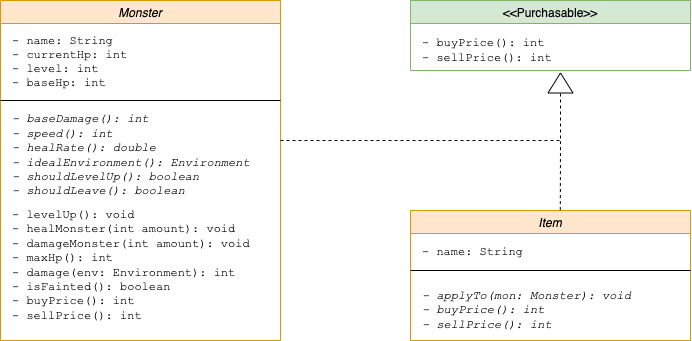
Before: diagram/class.png, a diagram exported from draw.io (UC-SENG201-Group-40/MonsterFighter). Source tidied: cells renumbered, new cells last; positions are measured from the earlier drawing's top-left corner, leaving out a move shared by most shapes.
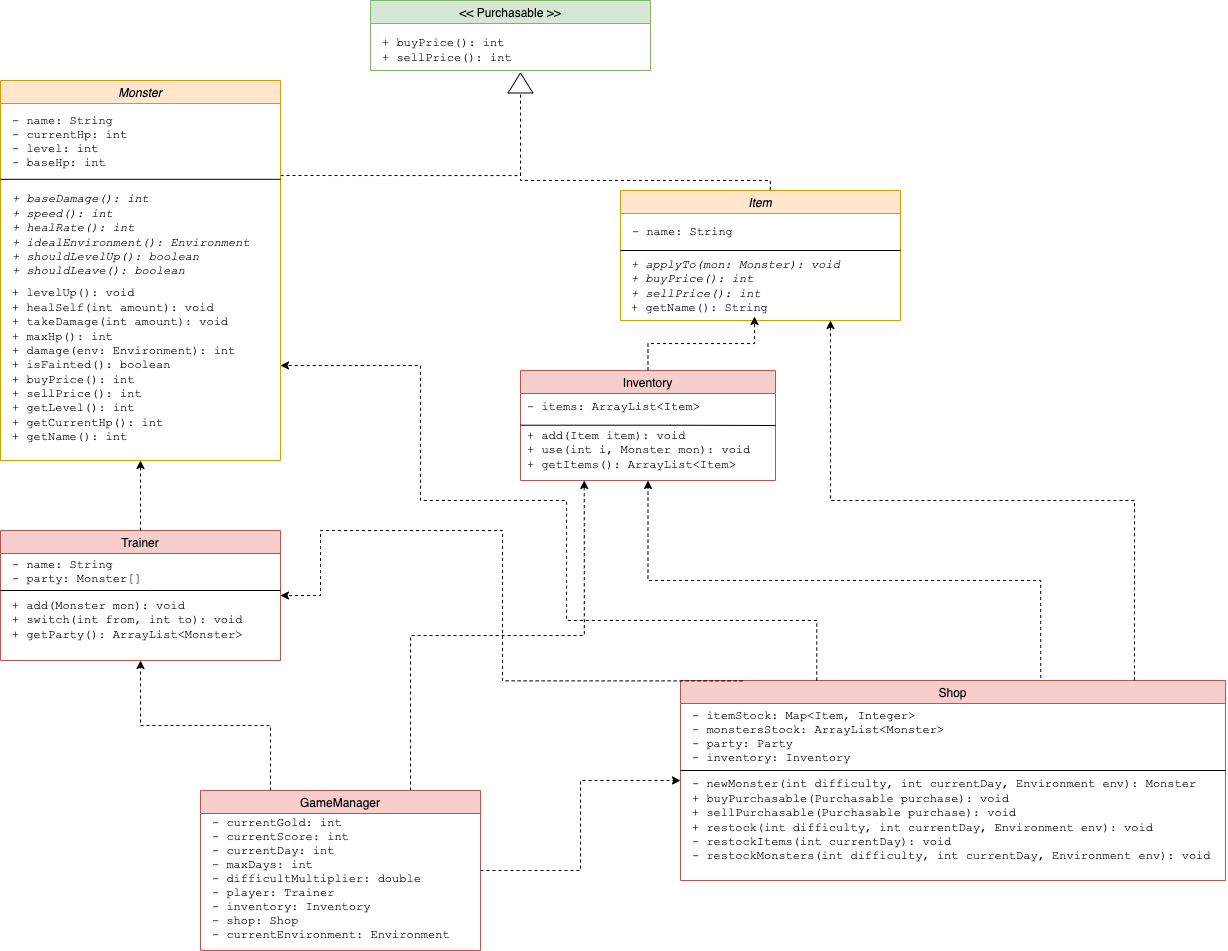
Above is the later version.

Commit message:
Feat: Updated class diagrams

Change to the diagram source:
```diff
@@ -2,32 +2,19 @@
   <root>
     <mxCell id="0" />
     <mxCell id="1" parent="0" />
-    <mxCell id="2" value="Monster" style="swimlane;fontStyle=2;fillColor=#ffe6cc;strokeColor=#d79b00;" parent="1" vertex="1">
-      <mxGeometry width="280" height="340" as="geometry" />
-    </mxCell>
-    <mxCell id="3" value="- name: String&#10;- currentHp: int&#10;- level: int&#10;- baseHp: int   " style="text;strokeColor=none;fillColor=none;align=left;verticalAlign=middle;rounded=0;fontFamily=Courier New;" parent="2" vertex="1">
-      <mxGeometry x="10" y="30" width="130" height="60" as="geometry" />
-    </mxCell>
-    <mxCell id="4" value="&lt;i&gt;- baseDamage(): int&lt;br&gt;- speed(): int&lt;br&gt;- healRate(): double&lt;br&gt;- idealEnvironment(): Environment&lt;br&gt;- shouldLevelUp(): boolean&lt;br&gt;- shouldLeave(): boolean&lt;/i&gt;" style="text;strokeColor=none;fillColor=none;align=left;verticalAlign=middle;rounded=0;fontFamily=Courier New;html=1;" parent="2" vertex="1">
-      <mxGeometry x="10" y="100" width="250" height="110" as="geometry" />
-    </mxCell>
-    <mxCell id="5" value="&lt;div&gt;- levelUp(): void&lt;/div&gt;&lt;div&gt;- healMonster(int amount): void&lt;/div&gt;&lt;div&gt;- damageMonster(int amount): void&lt;/div&gt;&lt;div&gt;- maxHp(): int&lt;/div&gt;&lt;div&gt;- damage(env: Environment): int&lt;/div&gt;&lt;div&gt;- isFainted(): boolean&lt;/div&gt;&lt;div&gt;- buyPrice(): int&lt;/div&gt;&lt;div&gt;- sellPrice(): int&lt;/div&gt;" style="text;strokeColor=none;fillColor=none;align=left;verticalAlign=middle;rounded=0;fontFamily=Courier New;html=1;" parent="2" vertex="1">
-      <mxGeometry x="10" y="210" width="250" height="110" as="geometry" />
-    </mxCell>
-    <mxCell id="6" style="endArrow=none;html=1;rounded=0;fontFamily=Courier New;" parent="1" edge="1">
+    <mxCell id="6" style="endArrow=none;html=1;rounded=0;fontFamily=Courier New;startArrow=none;" parent="1" edge="1" source="2">
       <mxGeometry relative="1" as="geometry">
-        <mxPoint y="100" as="sourcePoint" />
         <mxPoint x="280" y="100" as="targetPoint" />
       </mxGeometry>
     </mxCell>
     <mxCell id="7" value="Item" style="swimlane;fontStyle=2;fillColor=#ffe6cc;strokeColor=#d79b00;" parent="1" vertex="1">
-      <mxGeometry x="410" y="210" width="280" height="130" as="geometry" />
+      <mxGeometry x="660" y="190" width="280" height="130" as="geometry" />
     </mxCell>
     <mxCell id="8" value="- name: String" style="text;strokeColor=none;fillColor=none;align=left;verticalAlign=middle;rounded=0;fontFamily=Courier New;" parent="7" vertex="1">
       <mxGeometry x="10" y="30" width="130" height="20" as="geometry" />
     </mxCell>
-    <mxCell id="9" value="&lt;i&gt;- applyTo(mon: Monster): void&lt;br&gt;&lt;/i&gt;&lt;div&gt;&lt;i&gt;- buyPrice(): int&lt;/i&gt;&lt;/div&gt;&lt;div&gt;&lt;i&gt;- sellPrice(): int&lt;/i&gt;&lt;/div&gt;" style="text;strokeColor=none;fillColor=none;align=left;verticalAlign=middle;rounded=0;fontFamily=Courier New;html=1;" parent="7" vertex="1">
-      <mxGeometry x="10" y="70" width="250" height="60" as="geometry" />
+    <mxCell id="9" value="&lt;i&gt;+ applyTo(mon: Monster): void&lt;br&gt;&lt;/i&gt;&lt;div&gt;&lt;i&gt;+ buyPrice(): int&lt;/i&gt;&lt;/div&gt;&lt;div&gt;&lt;i&gt;+ sellPrice(): int&lt;/i&gt;&lt;/div&gt;&lt;div&gt;+ getName(): String&lt;/div&gt;" style="text;strokeColor=none;fillColor=none;align=left;verticalAlign=middle;rounded=0;fontFamily=Courier New;html=1;" parent="7" vertex="1">
+      <mxGeometry x="9" y="66" width="250" height="60" as="geometry" />
     </mxCell>
     <mxCell id="10" style="endArrow=none;html=1;rounded=0;fontFamily=Courier New;" parent="7" edge="1">
       <mxGeometry relative="1" as="geometry">
@@ -35,27 +22,143 @@
         <mxPoint x="280" y="60" as="targetPoint" />
       </mxGeometry>
     </mxCell>
-    <mxCell id="11" value="&lt;&lt;Purchasable&gt;&gt;" style="swimlane;fontStyle=0;fillColor=#d5e8d4;strokeColor=#82b366;" parent="1" vertex="1">
+    <mxCell id="11" value="&lt;&lt; Purchasable &gt;&gt;" style="swimlane;fontStyle=0;fillColor=#d5e8d4;strokeColor=#82b366;" parent="1" vertex="1">
       <mxGeometry x="410" width="280" height="70" as="geometry" />
     </mxCell>
-    <mxCell id="12" value="&lt;span&gt;- buyPrice(): int&lt;/span&gt;&lt;br&gt;&lt;div&gt;&lt;span&gt;- sellPrice(): int&lt;/span&gt;&lt;/div&gt;" style="text;strokeColor=none;fillColor=none;align=left;verticalAlign=middle;rounded=0;fontFamily=Courier New;html=1;fontStyle=0;" parent="11" vertex="1">
+    <mxCell id="12" value="&lt;span&gt;+ buyPrice(): int&lt;/span&gt;&lt;br&gt;&lt;div&gt;&lt;span&gt;+ sellPrice(): int&lt;/span&gt;&lt;/div&gt;" style="text;strokeColor=none;fillColor=none;align=left;verticalAlign=middle;rounded=0;fontFamily=Courier New;html=1;fontStyle=0;" parent="11" vertex="1">
       <mxGeometry x="10" y="30" width="250" height="40" as="geometry" />
     </mxCell>
-    <mxCell id="13" style="endArrow=none;dashed=1;html=1;rounded=0;fontFamily=Courier New;" parent="1" edge="1" target="15">
+    <mxCell id="13" style="endArrow=none;dashed=1;html=1;rounded=0;fontFamily=Courier New;exitX=1;exitY=0.25;exitDx=0;exitDy=0;edgeStyle=orthogonalEdgeStyle;" parent="1" edge="1" source="2" target="15">
       <mxGeometry relative="1" as="geometry">
-        <mxPoint x="280" y="140" as="sourcePoint" />
         <Array as="points">
-          <mxPoint x="560" y="140" />
+          <mxPoint x="560" y="175" />
         </Array>
       </mxGeometry>
     </mxCell>
-    <mxCell id="14" style="endArrow=none;dashed=1;html=1;rounded=0;fontFamily=Courier New;exitX=0.535;exitY=-0.003;exitDx=0;exitDy=0;exitPerimeter=0;" parent="1" edge="1" source="7">
+    <mxCell id="14" style="endArrow=none;dashed=1;html=1;rounded=0;fontFamily=Courier New;exitX=0.535;exitY=-0.003;exitDx=0;exitDy=0;exitPerimeter=0;edgeStyle=orthogonalEdgeStyle;" parent="1" edge="1" source="7">
       <mxGeometry relative="1" as="geometry">
-        <mxPoint x="560" y="140" as="targetPoint" />
+        <mxPoint x="560" y="170" as="targetPoint" />
       </mxGeometry>
     </mxCell>
     <mxCell id="15" style="triangle;whiteSpace=wrap;html=1;fontFamily=Courier New;rotation=-90;" parent="1" vertex="1">
       <mxGeometry x="550" y="70" width="20" height="25" as="geometry" />
     </mxCell>
+    <mxCell id="16" value="Trainer" style="swimlane;fontStyle=0;fillColor=#f8cecc;strokeColor=#b85450;startSize=23;" parent="1" vertex="1">
+      <mxGeometry x="40" y="530" width="280" height="130" as="geometry" />
+    </mxCell>
+    <mxCell id="17" value="- name: String&#10;- party: Monster[]  " style="text;strokeColor=none;fillColor=none;align=left;verticalAlign=middle;rounded=0;fontFamily=Courier New;" parent="16" vertex="1">
+      <mxGeometry x="10" y="20" width="130" height="40" as="geometry" />
+    </mxCell>
+    <mxCell id="18" value="&lt;div&gt;+ add(Monster mon): void&lt;/div&gt;&lt;div&gt;+ switch(int from, int to): void&lt;/div&gt;&lt;div&gt;+ getParty(): ArrayList&amp;lt;Monster&amp;gt;&lt;/div&gt;" style="text;strokeColor=none;fillColor=none;align=left;verticalAlign=middle;rounded=0;fontFamily=Courier New;html=1;" parent="16" vertex="1">
+      <mxGeometry x="10" y="70" width="250" height="40" as="geometry" />
+    </mxCell>
+    <mxCell id="19" style="endArrow=none;html=1;rounded=0;fontFamily=Courier New;" parent="16" edge="1">
+      <mxGeometry relative="1" as="geometry">
+        <mxPoint y="60" as="sourcePoint" />
+        <mxPoint x="280" y="60" as="targetPoint" />
+        <Array as="points">
+          <mxPoint x="150" y="60" />
+        </Array>
+      </mxGeometry>
+    </mxCell>
+    <mxCell id="20" style="endArrow=classic;dashed=1;html=1;rounded=0;entryX=0.5;entryY=1;entryDx=0;entryDy=0;strokeColor=default;startArrow=none;startFill=0;endFill=1;exitX=0.5;exitY=0;exitDx=0;exitDy=0;edgeStyle=orthogonalEdgeStyle;" parent="1" edge="1" source="16" target="2">
+      <mxGeometry relative="1" as="geometry" />
+    </mxCell>
+    <mxCell id="21" value="Inventory" style="swimlane;fontStyle=0;fillColor=#f8cecc;strokeColor=#b85450;startSize=23;" parent="1" vertex="1">
+      <mxGeometry x="560" y="370" width="255" height="110" as="geometry" />
+    </mxCell>
+    <mxCell id="22" value="- items: ArrayList&lt;Item&gt;" style="text;strokeColor=none;fillColor=none;align=left;verticalAlign=middle;rounded=0;fontFamily=Courier New;" parent="21" vertex="1">
+      <mxGeometry x="5" y="20" width="130" height="30" as="geometry" />
+    </mxCell>
+    <mxCell id="23" value="&lt;div&gt;+ add(Item item): void&lt;/div&gt;&lt;div&gt;+ use(int i, Monster mon): void&lt;/div&gt;&lt;div&gt;+ getItems(): ArrayList&amp;lt;Item&amp;gt;&lt;/div&gt;" style="text;strokeColor=none;fillColor=none;align=left;verticalAlign=middle;rounded=0;fontFamily=Courier New;html=1;" parent="21" vertex="1">
+      <mxGeometry x="5" y="60" width="250" height="40" as="geometry" />
+    </mxCell>
+    <mxCell id="24" style="endArrow=none;html=1;rounded=0;fontFamily=Courier New;entryX=1;entryY=0.5;entryDx=0;entryDy=0;" parent="21" edge="1" target="21">
+      <mxGeometry relative="1" as="geometry">
+        <mxPoint y="54.7" as="sourcePoint" />
+        <Array as="points">
+          <mxPoint x="150" y="54.7" />
+        </Array>
+      </mxGeometry>
+    </mxCell>
+    <mxCell id="25" style="endArrow=classic;dashed=1;html=1;rounded=0;strokeColor=default;endFill=1;entryX=0.5;entryY=1;entryDx=0;entryDy=0;edgeStyle=orthogonalEdgeStyle;" parent="1" edge="1" source="21" target="9">
+      <mxGeometry relative="1" as="geometry" />
+    </mxCell>
+    <mxCell id="26" value="Shop" style="swimlane;fontStyle=0;fillColor=#f8cecc;strokeColor=#b85450;startSize=23;" parent="1" vertex="1">
+      <mxGeometry x="720" y="680" width="545" height="200" as="geometry" />
+    </mxCell>
+    <mxCell id="27" value="- itemStock: Map&lt;Item, Integer&gt;&#10;- monstersStock: ArrayList&lt;Monster&gt;&#10;- party: Party&#10;- inventory: Inventory  " style="text;strokeColor=none;fillColor=none;align=left;verticalAlign=middle;rounded=0;fontFamily=Courier New;" parent="26" vertex="1">
+      <mxGeometry x="10" y="35" width="130" height="40" as="geometry" />
+    </mxCell>
+    <mxCell id="28" value="&lt;div&gt;- newMonster(int difficulty, int currentDay, Environment env): Monster&lt;/div&gt;&lt;div&gt;+ buyPurchasable(Purchasable purchase): void&lt;/div&gt;&lt;div&gt;+ sellPurchasable(Purchasable purchase): void&lt;/div&gt;&lt;div&gt;+ restock(int difficulty, int currentDay, Environment env): void&lt;/div&gt;- restockItems(int currentDay): void&lt;br&gt;- restockMonsters(int difficulty, int currentDay, Environment env): void" style="text;strokeColor=none;fillColor=none;align=left;verticalAlign=middle;rounded=0;fontFamily=Courier New;html=1;" parent="26" vertex="1">
+      <mxGeometry x="10" y="90" width="460" height="100" as="geometry" />
+    </mxCell>
+    <mxCell id="29" style="endArrow=none;html=1;rounded=0;fontFamily=Courier New;" parent="26" edge="1">
+      <mxGeometry relative="1" as="geometry">
+        <mxPoint y="90" as="sourcePoint" />
+        <mxPoint x="545" y="90" as="targetPoint" />
+        <Array as="points">
+          <mxPoint x="150" y="90" />
+        </Array>
+      </mxGeometry>
+    </mxCell>
+    <mxCell id="30" style="endArrow=classic;dashed=1;html=1;rounded=0;strokeColor=default;endFill=1;exitX=0.661;exitY=-0.013;exitDx=0;exitDy=0;exitPerimeter=0;entryX=0.5;entryY=1;entryDx=0;entryDy=0;edgeStyle=orthogonalEdgeStyle;" parent="1" edge="1" source="26" target="21">
+      <mxGeometry relative="1" as="geometry" />
+    </mxCell>
+    <mxCell id="31" style="endArrow=classic;dashed=1;html=1;rounded=0;strokeColor=default;endFill=1;exitX=0.833;exitY=-0.001;exitDx=0;exitDy=0;exitPerimeter=0;entryX=0.75;entryY=1;entryDx=0;entryDy=0;edgeStyle=orthogonalEdgeStyle;" parent="1" edge="1" source="26" target="7">
+      <mxGeometry relative="1" as="geometry" />
+    </mxCell>
+    <mxCell id="32" style="endArrow=classic;dashed=1;html=1;rounded=0;strokeColor=default;endFill=1;exitX=0.25;exitY=0;exitDx=0;exitDy=0;entryX=1;entryY=0.75;entryDx=0;entryDy=0;edgeStyle=orthogonalEdgeStyle;" parent="1" edge="1" source="26" target="2">
+      <mxGeometry relative="1" as="geometry">
+        <Array as="points">
+          <mxPoint x="606" y="620" />
+          <mxPoint x="606" y="500" />
+          <mxPoint x="460" y="500" />
+          <mxPoint x="460" y="365" />
+        </Array>
+      </mxGeometry>
+    </mxCell>
+    <mxCell id="33" style="endArrow=classic;dashed=1;html=1;rounded=0;strokeColor=default;endFill=1;exitX=0.114;exitY=0.002;exitDx=0;exitDy=0;exitPerimeter=0;entryX=1;entryY=0.5;entryDx=0;entryDy=0;edgeStyle=orthogonalEdgeStyle;" parent="1" edge="1" source="26" target="16">
+      <mxGeometry relative="1" as="geometry">
+        <Array as="points">
+          <mxPoint x="542" y="530" />
+          <mxPoint x="360" y="530" />
+          <mxPoint x="360" y="595" />
+        </Array>
+      </mxGeometry>
+    </mxCell>
+    <mxCell id="2" value="Monster" style="swimlane;fontStyle=2;fillColor=#ffe6cc;strokeColor=#d79b00;" parent="1" vertex="1">
+      <mxGeometry x="40" y="80" width="280" height="380" as="geometry" />
+    </mxCell>
+    <mxCell id="3" value="- name: String&#10;- currentHp: int&#10;- level: int&#10;- baseHp: int   " style="text;strokeColor=none;fillColor=none;align=left;verticalAlign=middle;rounded=0;fontFamily=Courier New;" parent="2" vertex="1">
+      <mxGeometry x="10" y="30" width="130" height="60" as="geometry" />
+    </mxCell>
+    <mxCell id="4" value="&lt;i&gt;+ baseDamage(): int&lt;br&gt;+ speed(): int&lt;br&gt;+ healRate(): int&lt;br&gt;+ idealEnvironment(): Environment&lt;br&gt;+ shouldLevelUp(): boolean&lt;br&gt;+ shouldLeave(): boolean&lt;/i&gt;" style="text;strokeColor=none;fillColor=none;align=left;verticalAlign=middle;rounded=0;fontFamily=Courier New;html=1;" parent="2" vertex="1">
+      <mxGeometry x="10" y="100" width="250" height="110" as="geometry" />
+    </mxCell>
+    <mxCell id="5" value="&lt;div&gt;+ levelUp(): void&lt;/div&gt;&lt;div&gt;+ healSelf(int amount): void&lt;/div&gt;&lt;div&gt;+ takeDamage(int amount): void&lt;/div&gt;&lt;div&gt;+ maxHp(): int&lt;/div&gt;&lt;div&gt;+ damage(env: Environment): int&lt;/div&gt;&lt;div&gt;+ isFainted(): boolean&lt;/div&gt;&lt;div&gt;+ buyPrice(): int&lt;/div&gt;&lt;div&gt;+ sellPrice(): int&lt;/div&gt;&lt;div&gt;+ getLevel(): int&lt;/div&gt;&lt;div&gt;+ getCurrentHp(): int&lt;/div&gt;&lt;div&gt;+ getName(): int&lt;/div&gt;" style="text;strokeColor=none;fillColor=none;align=left;verticalAlign=middle;rounded=0;fontFamily=Courier New;html=1;" parent="2" vertex="1">
+      <mxGeometry x="10" y="230" width="250" height="110" as="geometry" />
+    </mxCell>
+    <mxCell id="34" style="endArrow=none;html=1;rounded=0;fontFamily=Courier New;" parent="2" edge="1">
+      <mxGeometry relative="1" as="geometry">
+        <mxPoint y="98.8" as="sourcePoint" />
+        <mxPoint x="280" y="98.8" as="targetPoint" />
+      </mxGeometry>
+    </mxCell>
+    <mxCell id="35" style="edgeStyle=orthogonalEdgeStyle;rounded=0;jettySize=auto;html=1;entryX=0.5;entryY=1;entryDx=0;entryDy=0;startArrow=none;startFill=0;endArrow=classic;endFill=1;strokeColor=default;dashed=1;exitX=0.25;exitY=0;exitDx=0;exitDy=0;" parent="1" edge="1" source="38" target="16">
+      <mxGeometry relative="1" as="geometry" />
+    </mxCell>
+    <mxCell id="36" style="edgeStyle=orthogonalEdgeStyle;rounded=0;jettySize=auto;html=1;exitX=0.75;exitY=0;exitDx=0;exitDy=0;entryX=0.25;entryY=1;entryDx=0;entryDy=0;dashed=1;startArrow=none;startFill=0;endArrow=classic;endFill=1;strokeColor=default;" parent="1" edge="1" source="38" target="21">
+      <mxGeometry relative="1" as="geometry" />
+    </mxCell>
+    <mxCell id="37" style="edgeStyle=orthogonalEdgeStyle;rounded=0;jettySize=auto;html=1;entryX=0;entryY=0.5;entryDx=0;entryDy=0;dashed=1;startArrow=none;startFill=0;endArrow=classic;endFill=1;strokeColor=default;" parent="1" edge="1" source="38" target="26">
+      <mxGeometry relative="1" as="geometry" />
+    </mxCell>
+    <mxCell id="38" value="GameManager" style="swimlane;fontStyle=0;fillColor=#f8cecc;strokeColor=#b85450;startSize=23;" parent="1" vertex="1">
+      <mxGeometry x="240" y="790" width="280" height="160" as="geometry" />
+    </mxCell>
+    <mxCell id="39" value="- currentGold: int&#10;- currentScore: int&#10;- currentDay: int&#10;- maxDays: int&#10;- difficultMultiplier: double&#10;- player: Trainer&#10;- inventory: Inventory&#10;- shop: Shop&#10;- currentEnvironment: Environment" style="text;strokeColor=none;fillColor=none;align=left;verticalAlign=middle;rounded=0;fontFamily=Courier New;" parent="38" vertex="1">
+      <mxGeometry x="10" y="32" width="130" height="110" as="geometry" />
+    </mxCell>
   </root>
 </mxGraphModel>
```
